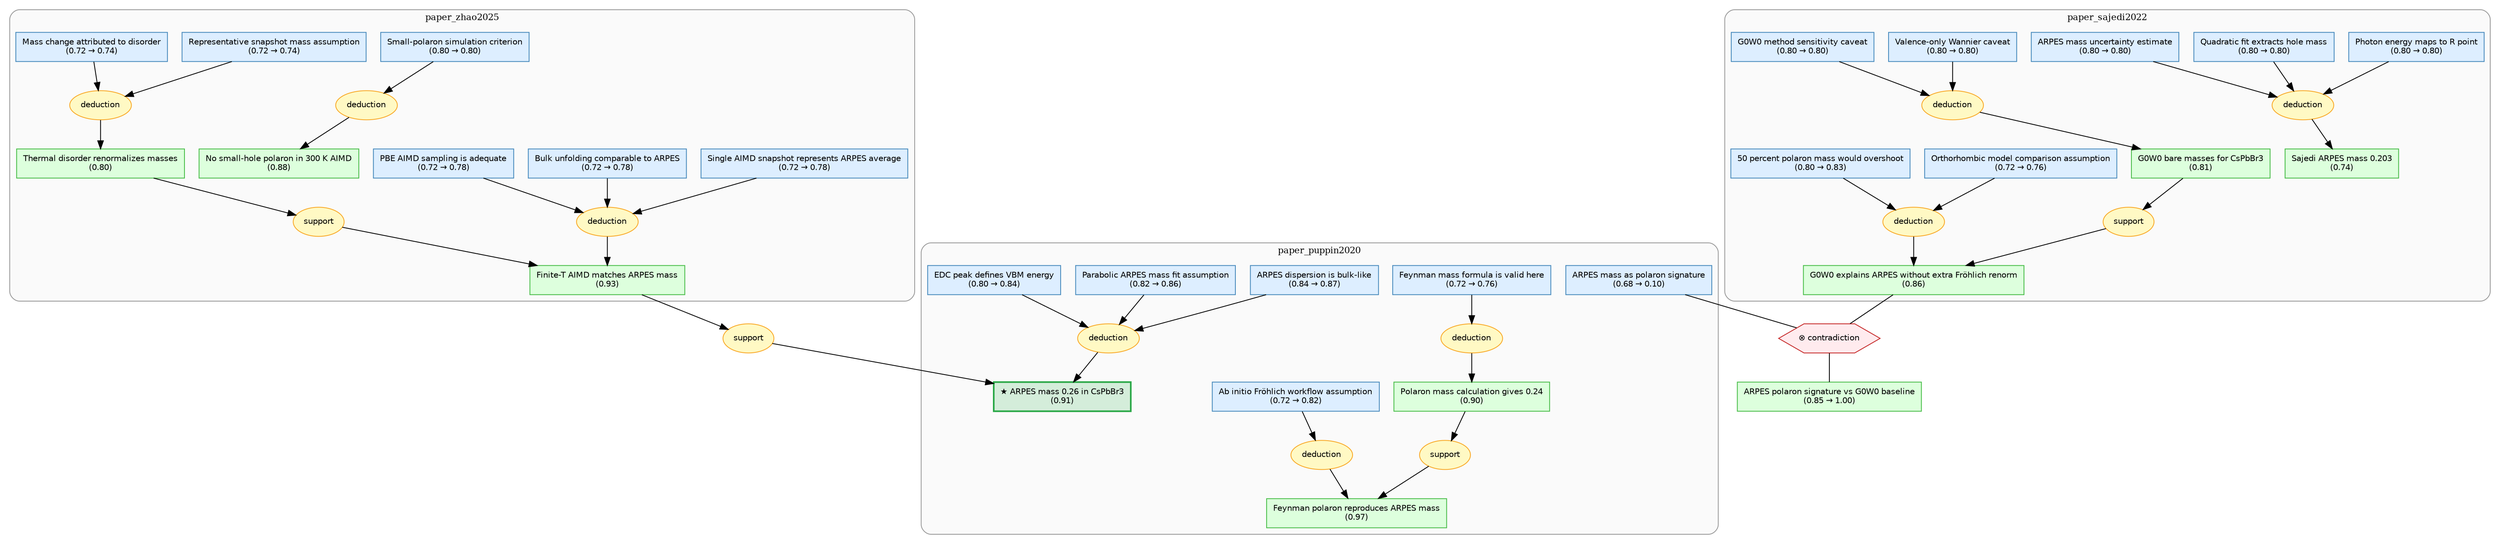
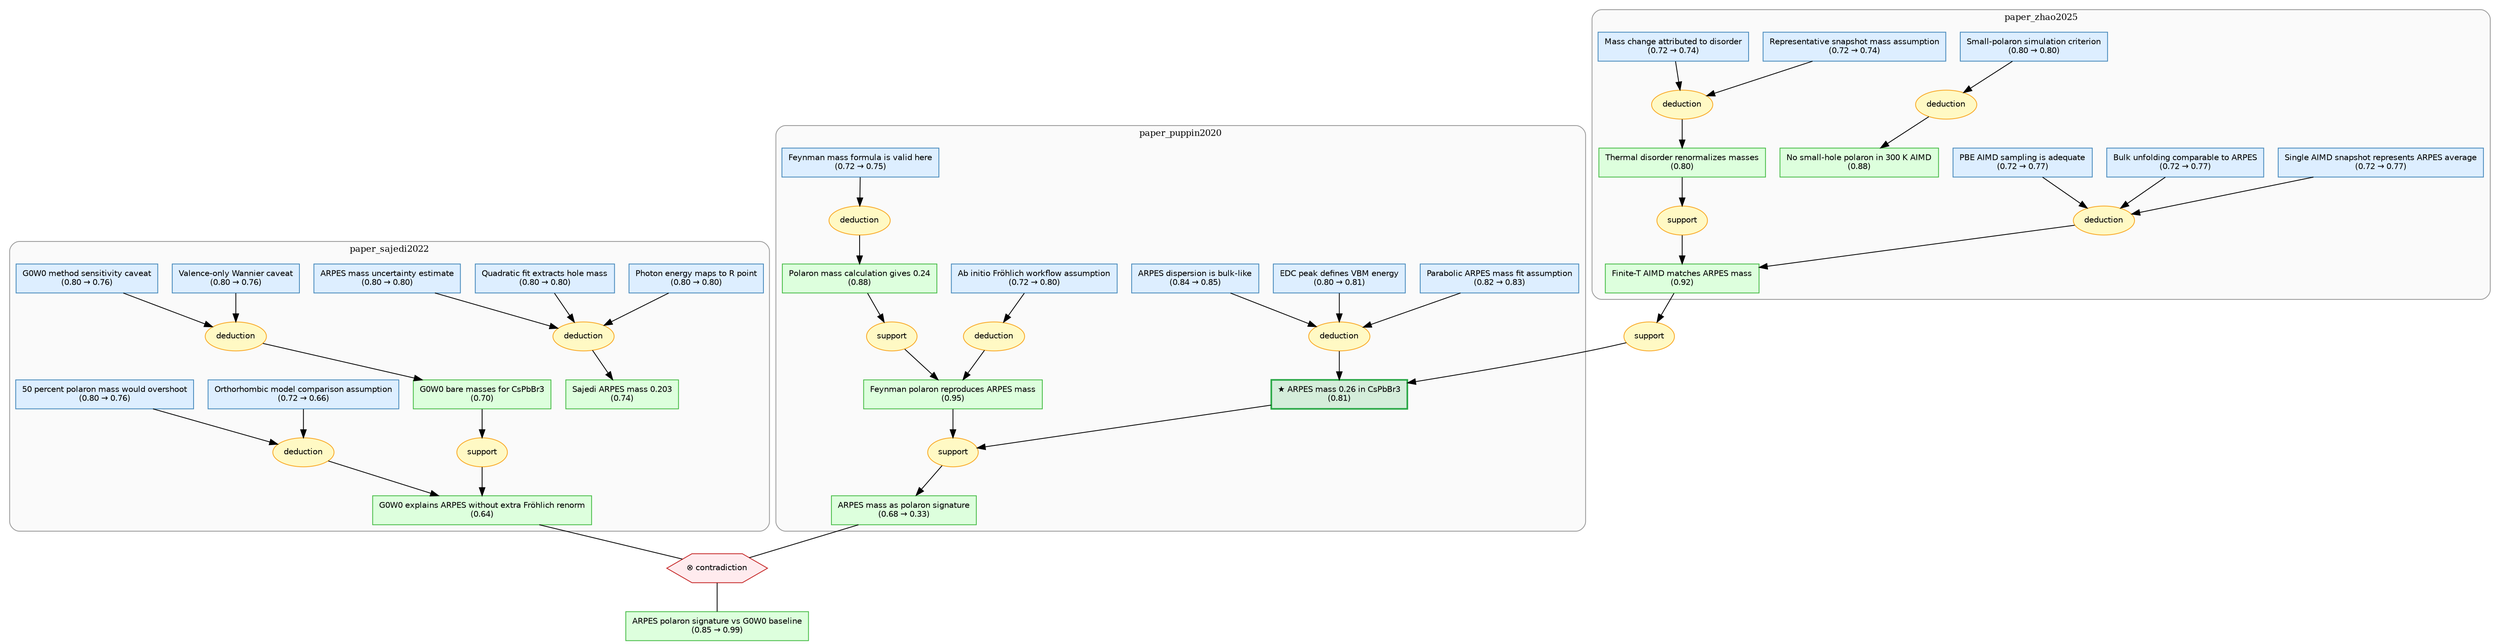
digraph starmap {
    rankdir=TB;
    compound=true;
    node [fontname="Helvetica", fontsize=10];
    edge [fontname="Helvetica", fontsize=9];

    subgraph cluster_paper_puppin2020 {
        label="paper_puppin2020";
        style="rounded,filled";
        fillcolor="#fafafa";
        color="#999999";
        fontsize=11;

-         "github:perovskite_arpes_polaron::gcn_1544d55444d743c8" [label="★ ARPES mass 0.26 in CsPbBr3\n(0.91)", shape=box, style=filled, fillcolor="#d4edda", color="#28a745", penwidth=2];
-         "github:perovskite_arpes_polaron::gcn_2e9e6e30a5d7431c" [label="Parabolic ARPES mass fit assumption\n(0.82 → 0.86)", shape=box, style=filled, fillcolor="#ddeeff", color="#4488bb"];
-         "github:perovskite_arpes_polaron::gcn_0a71cf6357114b76" [label="EDC peak defines VBM energy\n(0.80 → 0.84)", shape=box, style=filled, fillcolor="#ddeeff", color="#4488bb"];
-         "github:perovskite_arpes_polaron::gcn_e24a3d64aa604555" [label="ARPES dispersion is bulk-like\n(0.84 → 0.87)", shape=box, style=filled, fillcolor="#ddeeff", color="#4488bb"];
-         "github:perovskite_arpes_polaron::gcn_5e907da32c114d34" [label="Feynman polaron reproduces ARPES mass\n(0.97)", shape=box, style=filled, fillcolor="#ddffdd", color="#44bb44"];
-         "github:perovskite_arpes_polaron::gcn_943f1f964b7a4374" [label="Ab initio Fröhlich workflow assumption\n(0.72 → 0.82)", shape=box, style=filled, fillcolor="#ddeeff", color="#4488bb"];
-         "github:perovskite_arpes_polaron::gcn_ffcf3464e99c47ed" [label="Polaron mass calculation gives 0.24\n(0.90)", shape=box, style=filled, fillcolor="#ddffdd", color="#44bb44"];
-         "github:perovskite_arpes_polaron::gcn_2b322b6a88d742ba" [label="Feynman mass formula is valid here\n(0.72 → 0.76)", shape=box, style=filled, fillcolor="#ddeeff", color="#4488bb"];
-         "github:perovskite_arpes_polaron::gcn_4ad259a13be9454a" [label="ARPES mass as polaron signature\n(0.68 → 0.10)", shape=box, style=filled, fillcolor="#ddeeff", color="#4488bb"];
+         "github:perovskite_arpes_polaron::gcn_1544d55444d743c8" [label="★ ARPES mass 0.26 in CsPbBr3\n(0.81)", shape=box, style=filled, fillcolor="#d4edda", color="#28a745", penwidth=2];
+         "github:perovskite_arpes_polaron::gcn_2e9e6e30a5d7431c" [label="Parabolic ARPES mass fit assumption\n(0.82 → 0.83)", shape=box, style=filled, fillcolor="#ddeeff", color="#4488bb"];
+         "github:perovskite_arpes_polaron::gcn_0a71cf6357114b76" [label="EDC peak defines VBM energy\n(0.80 → 0.81)", shape=box, style=filled, fillcolor="#ddeeff", color="#4488bb"];
+         "github:perovskite_arpes_polaron::gcn_e24a3d64aa604555" [label="ARPES dispersion is bulk-like\n(0.84 → 0.85)", shape=box, style=filled, fillcolor="#ddeeff", color="#4488bb"];
+         "github:perovskite_arpes_polaron::gcn_5e907da32c114d34" [label="Feynman polaron reproduces ARPES mass\n(0.95)", shape=box, style=filled, fillcolor="#ddffdd", color="#44bb44"];
+         "github:perovskite_arpes_polaron::gcn_943f1f964b7a4374" [label="Ab initio Fröhlich workflow assumption\n(0.72 → 0.80)", shape=box, style=filled, fillcolor="#ddeeff", color="#4488bb"];
+         "github:perovskite_arpes_polaron::gcn_ffcf3464e99c47ed" [label="Polaron mass calculation gives 0.24\n(0.88)", shape=box, style=filled, fillcolor="#ddffdd", color="#44bb44"];
+         "github:perovskite_arpes_polaron::gcn_2b322b6a88d742ba" [label="Feynman mass formula is valid here\n(0.72 → 0.75)", shape=box, style=filled, fillcolor="#ddeeff", color="#4488bb"];
+         "github:perovskite_arpes_polaron::gcn_4ad259a13be9454a" [label="ARPES mass as polaron signature\n(0.68 → 0.33)", shape=box, style=filled, fillcolor="#ddffdd", color="#44bb44"];
        "strat_0" [label="deduction", shape=ellipse, style=filled, fillcolor="#fff9c4", color="#f9a825"];
        "strat_1" [label="deduction", shape=ellipse, style=filled, fillcolor="#fff9c4", color="#f9a825"];
        "strat_2" [label="deduction", shape=ellipse, style=filled, fillcolor="#fff9c4", color="#f9a825"];
        "strat_11" [label="support", shape=ellipse, style=filled, fillcolor="#fff9c4", color="#f9a825"];
+         "strat_13" [label="support", shape=ellipse, style=filled, fillcolor="#fff9c4", color="#f9a825"];
    }

    subgraph cluster_paper_sajedi2022 {
        label="paper_sajedi2022";
        style="rounded,filled";
        fillcolor="#fafafa";
        color="#999999";
        fontsize=11;

        "github:perovskite_arpes_polaron::gcn_4d0e277c6d2c4cdc" [label="Sajedi ARPES mass 0.203\n(0.74)", shape=box, style=filled, fillcolor="#ddffdd", color="#44bb44"];
        "github:perovskite_arpes_polaron::gcn_e17b013445234bfa" [label="Photon energy maps to R point\n(0.80 → 0.80)", shape=box, style=filled, fillcolor="#ddeeff", color="#4488bb"];
        "github:perovskite_arpes_polaron::gcn_ccc6a5bf10864de7" [label="Quadratic fit extracts hole mass\n(0.80 → 0.80)", shape=box, style=filled, fillcolor="#ddeeff", color="#4488bb"];
        "github:perovskite_arpes_polaron::gcn_3e860bd7f76e4767" [label="ARPES mass uncertainty estimate\n(0.80 → 0.80)", shape=box, style=filled, fillcolor="#ddeeff", color="#4488bb"];
-         "github:perovskite_arpes_polaron::gcn_8c3c520295d7488c" [label="G0W0 bare masses for CsPbBr3\n(0.81)", shape=box, style=filled, fillcolor="#ddffdd", color="#44bb44"];
-         "github:perovskite_arpes_polaron::gcn_ec768b9675814820" [label="Valence-only Wannier caveat\n(0.80 → 0.80)", shape=box, style=filled, fillcolor="#ddeeff", color="#4488bb"];
-         "github:perovskite_arpes_polaron::gcn_5868b15c687043a9" [label="G0W0 method sensitivity caveat\n(0.80 → 0.80)", shape=box, style=filled, fillcolor="#ddeeff", color="#4488bb"];
-         "github:perovskite_arpes_polaron::gcn_762777de8c644c17" [label="G0W0 explains ARPES without extra Fröhlich renorm\n(0.86)", shape=box, style=filled, fillcolor="#ddffdd", color="#44bb44"];
-         "github:perovskite_arpes_polaron::gcn_1fc9a84fbc6e4a1b" [label="Orthorhombic model comparison assumption\n(0.72 → 0.76)", shape=box, style=filled, fillcolor="#ddeeff", color="#4488bb"];
-         "github:perovskite_arpes_polaron::gcn_e808f6450bfc4207" [label="50 percent polaron mass would overshoot\n(0.80 → 0.83)", shape=box, style=filled, fillcolor="#ddeeff", color="#4488bb"];
+         "github:perovskite_arpes_polaron::gcn_8c3c520295d7488c" [label="G0W0 bare masses for CsPbBr3\n(0.70)", shape=box, style=filled, fillcolor="#ddffdd", color="#44bb44"];
+         "github:perovskite_arpes_polaron::gcn_ec768b9675814820" [label="Valence-only Wannier caveat\n(0.80 → 0.76)", shape=box, style=filled, fillcolor="#ddeeff", color="#4488bb"];
+         "github:perovskite_arpes_polaron::gcn_5868b15c687043a9" [label="G0W0 method sensitivity caveat\n(0.80 → 0.76)", shape=box, style=filled, fillcolor="#ddeeff", color="#4488bb"];
+         "github:perovskite_arpes_polaron::gcn_762777de8c644c17" [label="G0W0 explains ARPES without extra Fröhlich renorm\n(0.64)", shape=box, style=filled, fillcolor="#ddffdd", color="#44bb44"];
+         "github:perovskite_arpes_polaron::gcn_1fc9a84fbc6e4a1b" [label="Orthorhombic model comparison assumption\n(0.72 → 0.66)", shape=box, style=filled, fillcolor="#ddeeff", color="#4488bb"];
+         "github:perovskite_arpes_polaron::gcn_e808f6450bfc4207" [label="50 percent polaron mass would overshoot\n(0.80 → 0.76)", shape=box, style=filled, fillcolor="#ddeeff", color="#4488bb"];
        "strat_6" [label="deduction", shape=ellipse, style=filled, fillcolor="#fff9c4", color="#f9a825"];
        "strat_7" [label="deduction", shape=ellipse, style=filled, fillcolor="#fff9c4", color="#f9a825"];
        "strat_8" [label="deduction", shape=ellipse, style=filled, fillcolor="#fff9c4", color="#f9a825"];
        "strat_10" [label="support", shape=ellipse, style=filled, fillcolor="#fff9c4", color="#f9a825"];
    }

    subgraph cluster_paper_zhao2025 {
        label="paper_zhao2025";
        style="rounded,filled";
        fillcolor="#fafafa";
        color="#999999";
        fontsize=11;

-         "github:perovskite_arpes_polaron::gcn_e4a5cac31481497c" [label="Finite-T AIMD matches ARPES mass\n(0.93)", shape=box, style=filled, fillcolor="#ddffdd", color="#44bb44"];
-         "github:perovskite_arpes_polaron::gcn_c24c81b8a5fe413c" [label="Single AIMD snapshot represents ARPES average\n(0.72 → 0.78)", shape=box, style=filled, fillcolor="#ddeeff", color="#4488bb"];
-         "github:perovskite_arpes_polaron::gcn_43c66f240368417e" [label="Bulk unfolding comparable to ARPES\n(0.72 → 0.78)", shape=box, style=filled, fillcolor="#ddeeff", color="#4488bb"];
-         "github:perovskite_arpes_polaron::gcn_1c2bf8f398f243f9" [label="PBE AIMD sampling is adequate\n(0.72 → 0.78)", shape=box, style=filled, fillcolor="#ddeeff", color="#4488bb"];
+         "github:perovskite_arpes_polaron::gcn_e4a5cac31481497c" [label="Finite-T AIMD matches ARPES mass\n(0.92)", shape=box, style=filled, fillcolor="#ddffdd", color="#44bb44"];
+         "github:perovskite_arpes_polaron::gcn_c24c81b8a5fe413c" [label="Single AIMD snapshot represents ARPES average\n(0.72 → 0.77)", shape=box, style=filled, fillcolor="#ddeeff", color="#4488bb"];
+         "github:perovskite_arpes_polaron::gcn_43c66f240368417e" [label="Bulk unfolding comparable to ARPES\n(0.72 → 0.77)", shape=box, style=filled, fillcolor="#ddeeff", color="#4488bb"];
+         "github:perovskite_arpes_polaron::gcn_1c2bf8f398f243f9" [label="PBE AIMD sampling is adequate\n(0.72 → 0.77)", shape=box, style=filled, fillcolor="#ddeeff", color="#4488bb"];
        "github:perovskite_arpes_polaron::gcn_78dd3a5f6fb84289" [label="No small-hole polaron in 300 K AIMD\n(0.88)", shape=box, style=filled, fillcolor="#ddffdd", color="#44bb44"];
        "github:perovskite_arpes_polaron::gcn_82d0efc0c1024ec8" [label="Small-polaron simulation criterion\n(0.80 → 0.80)", shape=box, style=filled, fillcolor="#ddeeff", color="#4488bb"];
        "github:perovskite_arpes_polaron::gcn_3f848904ab0d4b48" [label="Thermal disorder renormalizes masses\n(0.80)", shape=box, style=filled, fillcolor="#ddffdd", color="#44bb44"];
        "github:perovskite_arpes_polaron::gcn_00749f497c204b4c" [label="Representative snapshot mass assumption\n(0.72 → 0.74)", shape=box, style=filled, fillcolor="#ddeeff", color="#4488bb"];
        "github:perovskite_arpes_polaron::gcn_869be47d79c54464" [label="Mass change attributed to disorder\n(0.72 → 0.74)", shape=box, style=filled, fillcolor="#ddeeff", color="#4488bb"];
        "strat_3" [label="deduction", shape=ellipse, style=filled, fillcolor="#fff9c4", color="#f9a825"];
        "strat_4" [label="deduction", shape=ellipse, style=filled, fillcolor="#fff9c4", color="#f9a825"];
        "strat_5" [label="deduction", shape=ellipse, style=filled, fillcolor="#fff9c4", color="#f9a825"];
        "strat_12" [label="support", shape=ellipse, style=filled, fillcolor="#fff9c4", color="#f9a825"];
    }

    // cross-module strategy/operator nodes (outside clusters)
-     "github:perovskite_arpes_polaron::arpes_polaron_signature_vs_gw_no_polaron" [label="ARPES polaron signature vs G0W0 baseline\n(0.85 → 1.00)", shape=box, style=filled, fillcolor="#ddffdd", color="#44bb44"];
+     "github:perovskite_arpes_polaron::arpes_polaron_signature_vs_gw_no_polaron" [label="ARPES polaron signature vs G0W0 baseline\n(0.85 → 0.99)", shape=box, style=filled, fillcolor="#ddffdd", color="#44bb44"];
    "strat_9" [label="support", shape=ellipse, style=filled, fillcolor="#fff9c4", color="#f9a825"];
    "oper_0" [label="⊗ contradiction", shape=hexagon, style=filled, fillcolor="#ffebee", color="#c62828"];

    // edges
    "github:perovskite_arpes_polaron::gcn_2e9e6e30a5d7431c" -> "strat_0";
    "github:perovskite_arpes_polaron::gcn_0a71cf6357114b76" -> "strat_0";
    "github:perovskite_arpes_polaron::gcn_e24a3d64aa604555" -> "strat_0";
    "strat_0" -> "github:perovskite_arpes_polaron::gcn_1544d55444d743c8";
    "github:perovskite_arpes_polaron::gcn_943f1f964b7a4374" -> "strat_1";
    "strat_1" -> "github:perovskite_arpes_polaron::gcn_5e907da32c114d34";
    "github:perovskite_arpes_polaron::gcn_2b322b6a88d742ba" -> "strat_2";
    "strat_2" -> "github:perovskite_arpes_polaron::gcn_ffcf3464e99c47ed";
    "github:perovskite_arpes_polaron::gcn_c24c81b8a5fe413c" -> "strat_3";
    "github:perovskite_arpes_polaron::gcn_43c66f240368417e" -> "strat_3";
    "github:perovskite_arpes_polaron::gcn_1c2bf8f398f243f9" -> "strat_3";
    "strat_3" -> "github:perovskite_arpes_polaron::gcn_e4a5cac31481497c";
    "github:perovskite_arpes_polaron::gcn_82d0efc0c1024ec8" -> "strat_4";
    "strat_4" -> "github:perovskite_arpes_polaron::gcn_78dd3a5f6fb84289";
    "github:perovskite_arpes_polaron::gcn_00749f497c204b4c" -> "strat_5";
    "github:perovskite_arpes_polaron::gcn_869be47d79c54464" -> "strat_5";
    "strat_5" -> "github:perovskite_arpes_polaron::gcn_3f848904ab0d4b48";
    "github:perovskite_arpes_polaron::gcn_e17b013445234bfa" -> "strat_6";
    "github:perovskite_arpes_polaron::gcn_ccc6a5bf10864de7" -> "strat_6";
    "github:perovskite_arpes_polaron::gcn_3e860bd7f76e4767" -> "strat_6";
    "strat_6" -> "github:perovskite_arpes_polaron::gcn_4d0e277c6d2c4cdc";
    "github:perovskite_arpes_polaron::gcn_ec768b9675814820" -> "strat_7";
    "github:perovskite_arpes_polaron::gcn_5868b15c687043a9" -> "strat_7";
    "strat_7" -> "github:perovskite_arpes_polaron::gcn_8c3c520295d7488c";
    "github:perovskite_arpes_polaron::gcn_1fc9a84fbc6e4a1b" -> "strat_8";
    "github:perovskite_arpes_polaron::gcn_e808f6450bfc4207" -> "strat_8";
    "strat_8" -> "github:perovskite_arpes_polaron::gcn_762777de8c644c17";
    "github:perovskite_arpes_polaron::gcn_e4a5cac31481497c" -> "strat_9";
    "strat_9" -> "github:perovskite_arpes_polaron::gcn_1544d55444d743c8";
    "github:perovskite_arpes_polaron::gcn_8c3c520295d7488c" -> "strat_10";
    "strat_10" -> "github:perovskite_arpes_polaron::gcn_762777de8c644c17";
    "github:perovskite_arpes_polaron::gcn_ffcf3464e99c47ed" -> "strat_11";
    "strat_11" -> "github:perovskite_arpes_polaron::gcn_5e907da32c114d34";
    "github:perovskite_arpes_polaron::gcn_3f848904ab0d4b48" -> "strat_12";
    "strat_12" -> "github:perovskite_arpes_polaron::gcn_e4a5cac31481497c";
+     "github:perovskite_arpes_polaron::gcn_1544d55444d743c8" -> "strat_13";
+     "github:perovskite_arpes_polaron::gcn_5e907da32c114d34" -> "strat_13";
+     "strat_13" -> "github:perovskite_arpes_polaron::gcn_4ad259a13be9454a";
    "github:perovskite_arpes_polaron::gcn_4ad259a13be9454a" -> "oper_0" [dir=none];
    "github:perovskite_arpes_polaron::gcn_762777de8c644c17" -> "oper_0" [dir=none];
    "oper_0" -> "github:perovskite_arpes_polaron::arpes_polaron_signature_vs_gw_no_polaron" [dir=none];
}
